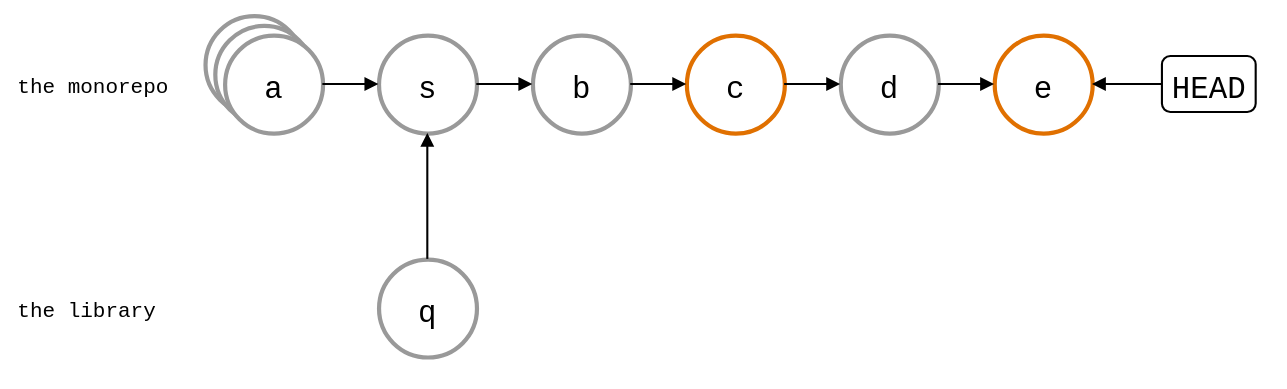
Earlier version of the draw.io export test/comparisons/git-subtree-split-walks.drawio.svg (roschaefer/git-splice). Source tidied: cells renumbered, new cells last; positions are measured from the earlier drawing's top-left corner, leaving out a move shared by most shapes.
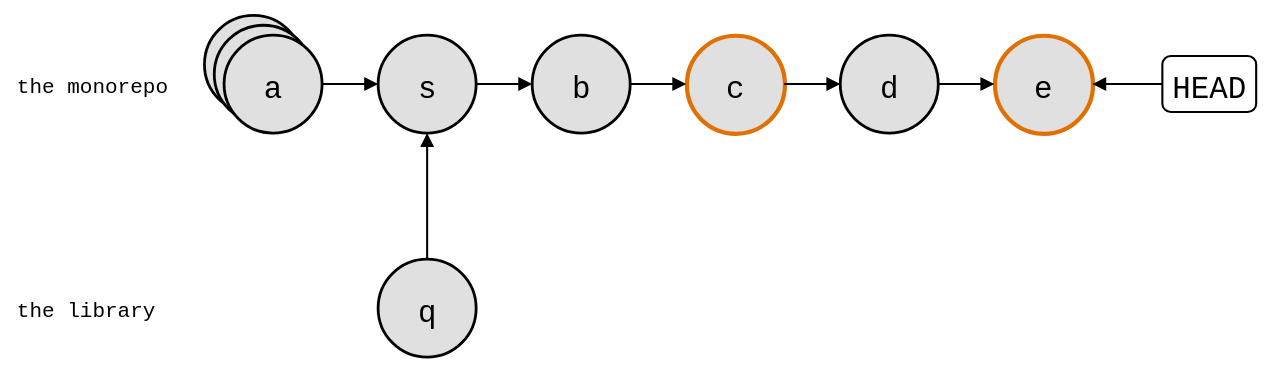
The same file after the commit.

What changed in the source:
```diff
@@ -8,31 +8,31 @@
     <mxCell id="3" value="the library" style="text;strokeColor=none;fillColor=none;align=left;verticalAlign=middle;fontSize=15;fontFamily=Roboto Mono,monospace;" parent="1" vertex="1">
       <mxGeometry y="194" width="130" height="30" as="geometry" />
     </mxCell>
-    <mxCell id="4" style="shape=ellipse;fontSize=22;fontFamily=Roboto Mono,monospace;strokeColor=#999999;strokeWidth=3;" parent="1" vertex="1">
+    <mxCell id="4" style="shape=ellipse;fontSize=22;fontFamily=Roboto Mono,monospace;strokeWidth=2;fillColor=#E0E0E0;" parent="1" vertex="1">
       <mxGeometry x="136" width="70" height="70" as="geometry" />
     </mxCell>
-    <mxCell id="5" style="shape=ellipse;fontSize=22;fontFamily=Roboto Mono,monospace;strokeColor=#999999;strokeWidth=3;" parent="1" vertex="1">
+    <mxCell id="5" style="shape=ellipse;fontSize=22;fontFamily=Roboto Mono,monospace;strokeWidth=2;fillColor=#E0E0E0;" parent="1" vertex="1">
       <mxGeometry x="143" y="7" width="70" height="70" as="geometry" />
     </mxCell>
-    <mxCell id="6" value="a" style="ellipse;fontSize=22;fontFamily=Roboto Mono,monospace;strokeColor=#999999;strokeWidth=3;" parent="1" vertex="1">
+    <mxCell id="6" value="a" style="ellipse;fontSize=22;fontFamily=Roboto Mono,monospace;strokeWidth=2;fillColor=#E0E0E0;" parent="1" vertex="1">
       <mxGeometry x="150" y="14" width="70" height="70" as="geometry" />
     </mxCell>
-    <mxCell id="7" value="s" style="ellipse;fontSize=22;fontFamily=Roboto Mono,monospace;strokeColor=#999999;strokeWidth=3;" parent="1" vertex="1">
+    <mxCell id="7" value="s" style="ellipse;fontSize=22;fontFamily=Roboto Mono,monospace;strokeWidth=2;fillColor=#E0E0E0;" parent="1" vertex="1">
       <mxGeometry x="260" y="14" width="70" height="70" as="geometry" />
     </mxCell>
-    <mxCell id="8" value="b" style="ellipse;fontSize=22;fontFamily=Roboto Mono,monospace;strokeColor=#999999;strokeWidth=3;" parent="1" vertex="1">
+    <mxCell id="8" value="b" style="ellipse;fontSize=22;fontFamily=Roboto Mono,monospace;strokeWidth=2;fillColor=#E0E0E0;" parent="1" vertex="1">
       <mxGeometry x="370" y="14" width="70" height="70" as="geometry" />
     </mxCell>
-    <mxCell id="9" value="c" style="ellipse;fontSize=22;fontFamily=Roboto Mono,monospace;strokeColor=#E07000;strokeWidth=3;" parent="1" vertex="1">
+    <mxCell id="9" value="c" style="ellipse;fontSize=22;fontFamily=Roboto Mono,monospace;strokeColor=#E07000;strokeWidth=3;fillColor=#E0E0E0;" parent="1" vertex="1">
       <mxGeometry x="480" y="14" width="70" height="70" as="geometry" />
     </mxCell>
-    <mxCell id="10" value="d" style="ellipse;fontSize=22;fontFamily=Roboto Mono,monospace;strokeColor=#999999;strokeWidth=3;" parent="1" vertex="1">
+    <mxCell id="10" value="d" style="ellipse;fontSize=22;fontFamily=Roboto Mono,monospace;strokeWidth=2;fillColor=#E0E0E0;" parent="1" vertex="1">
       <mxGeometry x="590" y="14" width="70" height="70" as="geometry" />
     </mxCell>
-    <mxCell id="11" value="e" style="ellipse;fontSize=22;fontFamily=Roboto Mono,monospace;strokeColor=#E07000;strokeWidth=3;" parent="1" vertex="1">
+    <mxCell id="11" value="e" style="ellipse;fontSize=22;fontFamily=Roboto Mono,monospace;strokeColor=#E07000;strokeWidth=3;fillColor=#E0E0E0;" parent="1" vertex="1">
       <mxGeometry x="700" y="14" width="70" height="70" as="geometry" />
     </mxCell>
-    <mxCell id="12" value="q" style="ellipse;fontSize=22;fontFamily=Roboto Mono,monospace;strokeColor=#999999;strokeWidth=3;" parent="1" vertex="1">
+    <mxCell id="12" value="q" style="ellipse;fontSize=22;fontFamily=Roboto Mono,monospace;strokeWidth=2;fillColor=#E0E0E0;" parent="1" vertex="1">
       <mxGeometry x="260" y="174" width="70" height="70" as="geometry" />
     </mxCell>
     <mxCell id="13" value="HEAD" style="rounded=1;strokeWidth=1.5;fontSize=22;fontFamily=Roboto Mono,monospace;" parent="1" vertex="1">
```
